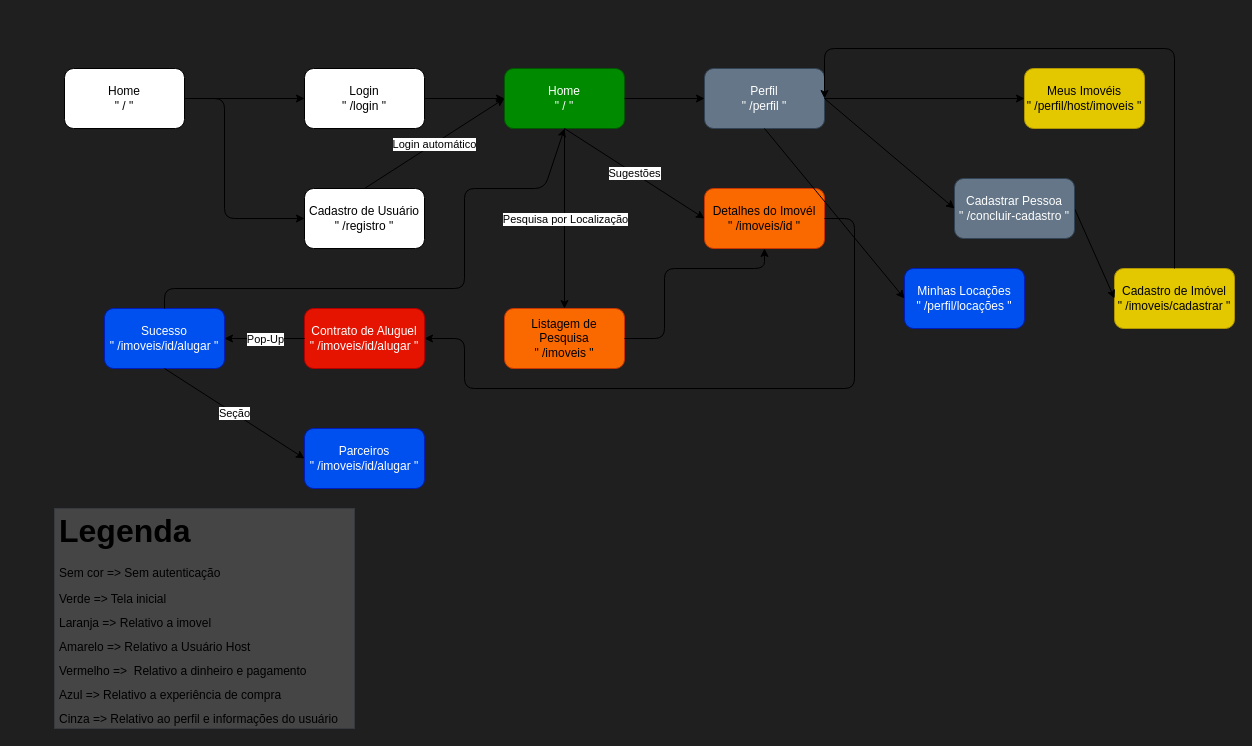
This is docs/fluxo de telas.drawio from locus-dev/flatup-app, a draw.io file, before an edit. Source tidied: cells renumbered, new cells numbered last; positions are measured from the earlier drawing's top-left corner, leaving out a move shared by most shapes. Both pictures are drawn from the tidied source at 100%, with x=0, y=0 at pixel (54, 48).
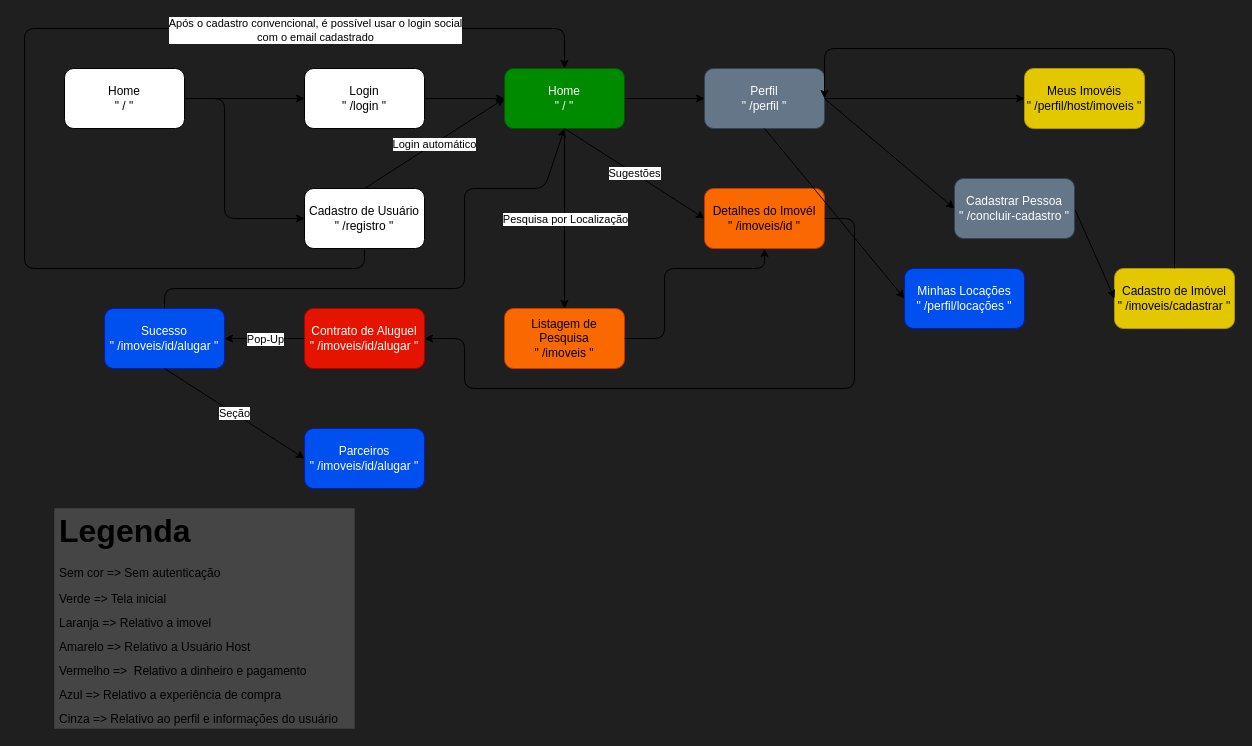
Above is the later version.

The change refers to these unchanged cells:
```xml
<mxCell id="4" value="Cadastro de Usuário&lt;br&gt;&quot; /registro &quot;" style="rounded=1;whiteSpace=wrap;html=1;" parent="1" vertex="1">
  <mxGeometry x="250" y="140" width="120" height="60" as="geometry" />
</mxCell>
<mxCell id="7" value="Home&lt;br&gt;&quot; / &quot;" style="rounded=1;whiteSpace=wrap;html=1;fillColor=#008a00;fontColor=#ffffff;strokeColor=#005700;" parent="1" vertex="1">
  <mxGeometry x="450" y="20" width="120" height="60" as="geometry" />
</mxCell>
```

The edit, as a diff of the source:
```diff
@@
+    <mxCell id="39" style="endArrow=classic;html=1;entryX=0.5;entryY=0;entryDx=0;entryDy=0;exitX=0.5;exitY=1;exitDx=0;exitDy=0;" parent="1" edge="1" source="4" target="7">
+      <mxGeometry relative="1" as="geometry">
+        <Array as="points">
+          <mxPoint x="310" y="220" />
+          <mxPoint x="-30" y="220" />
+          <mxPoint x="-30" y="-20" />
+          <mxPoint x="510" y="-20" />
+        </Array>
+      </mxGeometry>
+    </mxCell>
+    <mxCell id="40" value="Após o cadastro convencional, é possível usar o login social&lt;br&gt;com o email cadastrado" style="edgeLabel;html=1;align=center;verticalAlign=middle;" parent="39" vertex="1">
+      <mxGeometry relative="1" as="geometry">
+        <mxPoint x="290" y="-9" as="offset" />
+      </mxGeometry>
+    </mxCell>
```
